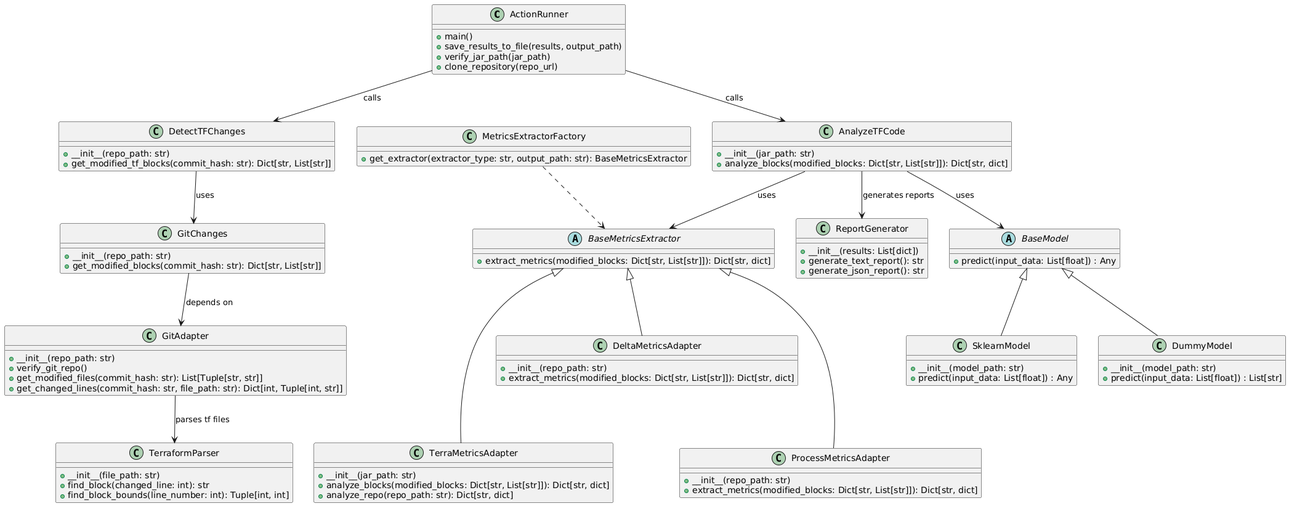
TFDefect/TFDefectGA keeps this PlantUML diagram as documentation/diagrams/classDiagram.png. Above is the earlier version.
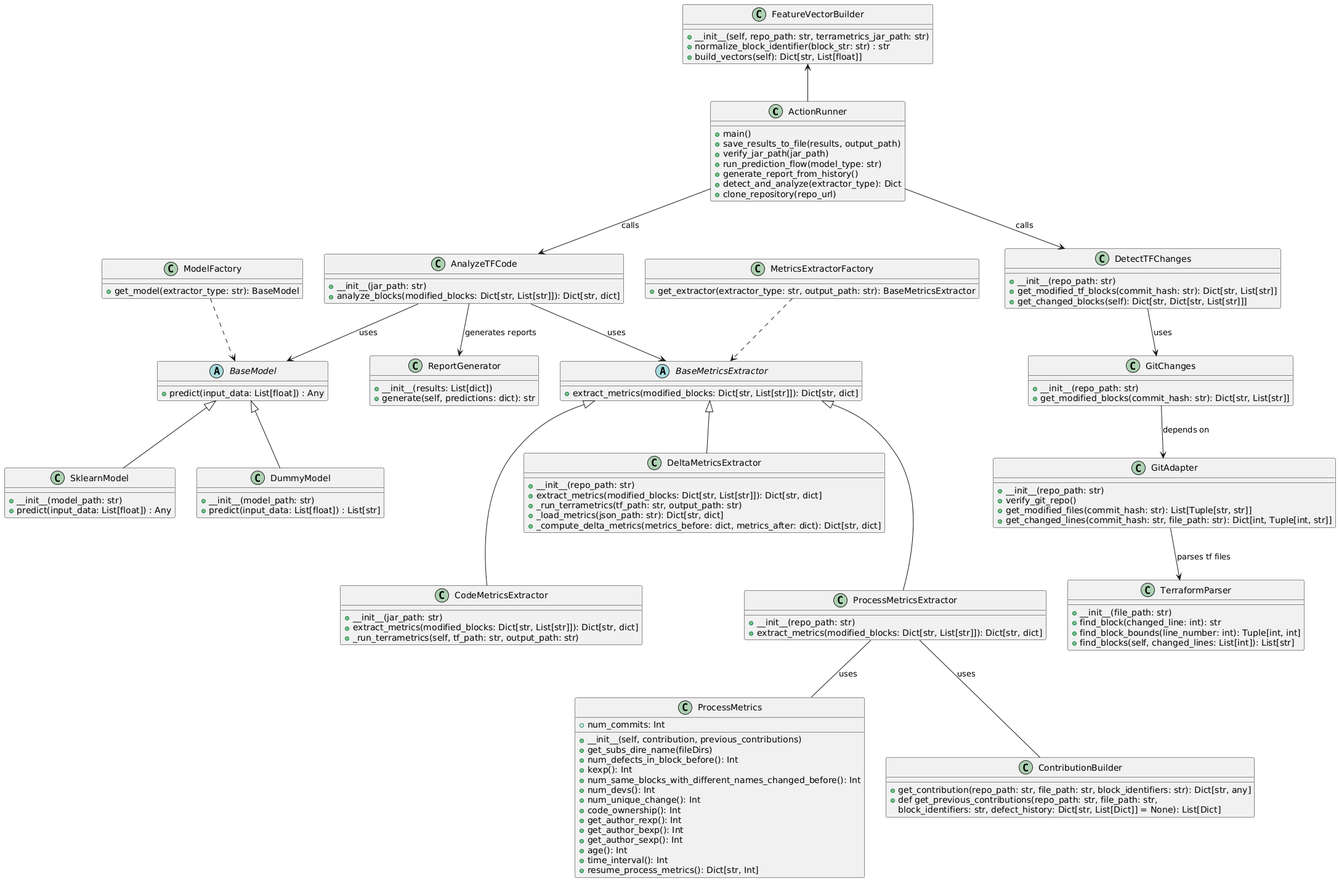
The same file after the commit.

Commit message:
modification du document d'architecture

Change to the diagram source:
```diff
@@ -3,6 +3,9 @@
     + main()
     + save_results_to_file(results, output_path)
     + verify_jar_path(jar_path)
+    + run_prediction_flow(model_type: str)
+    + generate_report_from_history()
+    + detect_and_analyze(extractor_type): Dict
     + clone_repository(repo_url)
 }
 
@@ -14,6 +17,7 @@
 class DetectTFChanges {
     + __init__(repo_path: str)
     + get_modified_tf_blocks(commit_hash: str): Dict[str, List[str]]
+    + get_changed_blocks(self): Dict[str, Dict[str, List[str]]]
 }
 
 class GitChanges {
@@ -32,26 +36,61 @@
     + __init__(file_path: str)
     + find_block(changed_line: int): str
     + find_block_bounds(line_number: int): Tuple[int, int]
+    + find_blocks(self, changed_lines: List[int]): List[str]
+}
+
+class FeatureVectorBuilder {
+  + __init__(self, repo_path: str, terrametrics_jar_path: str)
+  + normalize_block_identifier(block_str: str) : str
+  + build_vectors(self): Dict[str, List[float]]
 }
 
 abstract class BaseMetricsExtractor {
     + extract_metrics(modified_blocks: Dict[str, List[str]]): Dict[str, dict]
 }
 
-class TerraMetricsAdapter {
+class CodeMetricsExtractor {
     + __init__(jar_path: str)
-    + analyze_blocks(modified_blocks: Dict[str, List[str]]): Dict[str, dict]
-    + analyze_repo(repo_path: str): Dict[str, dict]
+    + extract_metrics(modified_blocks: Dict[str, List[str]]): Dict[str, dict]
+    + _run_terrametrics(self, tf_path: str, output_path: str)
 }
 
-class DeltaMetricsAdapter {
+class DeltaMetricsExtractor {
+    + __init__(repo_path: str)
+    + extract_metrics(modified_blocks: Dict[str, List[str]]): Dict[str, dict]
+    + _run_terrametrics(tf_path: str, output_path: str)
+    + _load_metrics(json_path: str): Dict[str, dict]
+    + _compute_delta_metrics(metrics_before: dict, metrics_after: dict): Dict[str, dict]
+}
+
+class ProcessMetricsExtractor {
     + __init__(repo_path: str)
     + extract_metrics(modified_blocks: Dict[str, List[str]]): Dict[str, dict]
 }
 
-class ProcessMetricsAdapter {
-    + __init__(repo_path: str)
-    + extract_metrics(modified_blocks: Dict[str, List[str]]): Dict[str, dict]
+class ProcessMetrics {
+    + __init__(self, contribution, previous_contributions)
+    + get_subs_dire_name(fileDirs)
+    + num_defects_in_block_before(): Int
+    + kexp(): Int
+    + num_same_blocks_with_different_names_changed_before(): Int
+    + num_devs(): Int
+    + num_commits: Int
+    + num_unique_change(): Int
+    + code_ownership(): Int
+    + get_author_rexp(): Int
+    + get_author_bexp(): Int
+    + get_author_sexp(): Int
+    + age(): Int
+    + time_interval(): Int
+    + resume_process_metrics(): Dict[str, Int]
+
+}
+
+class ContributionBuilder {
+    + get_contribution(repo_path: str, file_path: str, block_identifiers: str): Dict[str, any]
+    + def get_previous_contributions(repo_path: str, file_path: str,
+    block_identifiers: str, defect_history: Dict[str, List[Dict]] = None): List[Dict]
 }
 
 abstract class BaseModel {
@@ -70,29 +109,36 @@
 
 class ReportGenerator {
     + __init__(results: List[dict])
-    + generate_text_report(): str
-    + generate_json_report(): str
+    + generate(self, predictions: dict): str
 }
 
 class MetricsExtractorFactory {
     + get_extractor(extractor_type: str, output_path: str): BaseMetricsExtractor
 }
 
+class ModelFactory {
+    + get_model(extractor_type: str): BaseModel
+}
+
 AnalyzeTFCode <-u- ActionRunner : calls
+ActionRunner -u-> FeatureVectorBuilder
 DetectTFChanges <-u-   ActionRunner: calls
 GitChanges <-u-  DetectTFChanges: uses
 GitChanges -down-> GitAdapter : depends on
 GitAdapter -down-> TerraformParser : parses tf files
 
 AnalyzeTFCode -down-> BaseMetricsExtractor : uses
-TerraMetricsAdapter -u--|> BaseMetricsExtractor
-DeltaMetricsAdapter -u-|> BaseMetricsExtractor
-ProcessMetricsAdapter -u--|> BaseMetricsExtractor
+CodeMetricsExtractor -u--|> BaseMetricsExtractor
+DeltaMetricsExtractor -u-|> BaseMetricsExtractor
+ProcessMetricsExtractor -u--|> BaseMetricsExtractor
+ProcessMetricsExtractor -- ProcessMetrics: uses
+MetricsExtractorFactory ..> BaseMetricsExtractor
 
-MetricsExtractorFactory ..> BaseMetricsExtractor
+ProcessMetricsExtractor -- ContributionBuilder: uses
 
 AnalyzeTFCode -down-> BaseModel : uses
 SklearnModel -u-|> BaseModel
 DummyModel -u-|> BaseModel
 AnalyzeTFCode -down-> ReportGenerator : generates reports
+ModelFactory ..> BaseModel
 @enduml
```
